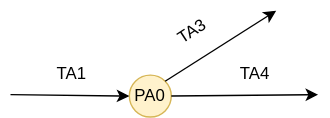
The draw.io diagram content/developers/internals/data-model/svg_schemas/point_switch.en.svg in OpenRailAssociation/osrd-website, before a commit. Source tidied: cells renumbered, new cells last; positions are measured from the earlier drawing's top-left corner, leaving out a move shared by most shapes. Its diagram source:
```xml
<mxGraphModel>
  <root>
    <mxCell id="0" />
    <mxCell id="1" parent="0" />
    <mxCell id="2" value="PA0" style="ellipse;whiteSpace=wrap;html=1;fillColor=#fff2cc;strokeColor=#d6b656;" parent="1" vertex="1">
      <mxGeometry x="85" y="46" width="30" height="30" as="geometry" />
    </mxCell>
    <mxCell id="3" style="endArrow=classic;html=1;rounded=0;entryX=0;entryY=0.5;entryDx=0;entryDy=0;" parent="1" edge="1" target="2">
      <mxGeometry relative="1" as="geometry">
        <mxPoint y="60" as="sourcePoint" />
      </mxGeometry>
    </mxCell>
    <mxCell id="4" style="endArrow=classic;html=1;rounded=0;exitX=1;exitY=0.5;exitDx=0;exitDy=0;" parent="1" edge="1" source="2">
      <mxGeometry relative="1" as="geometry">
        <mxPoint x="220" y="60" as="targetPoint" />
      </mxGeometry>
    </mxCell>
    <mxCell id="5" style="endArrow=classic;html=1;rounded=0;exitX=1;exitY=0;exitDx=0;exitDy=0;" parent="1" edge="1" source="2">
      <mxGeometry relative="1" as="geometry">
        <mxPoint x="190" as="targetPoint" />
      </mxGeometry>
    </mxCell>
    <mxCell id="6" value="TA1" style="text;html=1;strokeColor=none;fillColor=none;align=center;verticalAlign=middle;whiteSpace=wrap;rounded=0;" parent="1" vertex="1">
      <mxGeometry x="29" y="40" width="30" height="10" as="geometry" />
    </mxCell>
    <mxCell id="7" value="TA4" style="text;html=1;strokeColor=none;fillColor=none;align=center;verticalAlign=middle;whiteSpace=wrap;rounded=0;" parent="1" vertex="1">
      <mxGeometry x="160" y="40" width="30" height="10" as="geometry" />
    </mxCell>
    <mxCell id="8" value="TA3" style="text;html=1;strokeColor=none;fillColor=none;align=center;verticalAlign=middle;whiteSpace=wrap;rounded=0;rotation=327;" parent="1" vertex="1">
      <mxGeometry x="115" y="10" width="30" height="10" as="geometry" />
    </mxCell>
  </root>
</mxGraphModel>
```
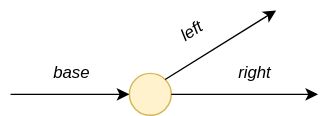
The same file after the commit.

What changed in the source:
```diff
@@ -2,8 +2,8 @@
   <root>
     <mxCell id="0" />
     <mxCell id="1" parent="0" />
-    <mxCell id="2" value="PA0" style="ellipse;whiteSpace=wrap;html=1;fillColor=#fff2cc;strokeColor=#d6b656;" parent="1" vertex="1">
-      <mxGeometry x="85" y="46" width="30" height="30" as="geometry" />
+    <mxCell id="2" style="ellipse;whiteSpace=wrap;html=1;fillColor=#fff2cc;strokeColor=#d6b656;" parent="1" vertex="1">
+      <mxGeometry x="85" y="45" width="30" height="30" as="geometry" />
     </mxCell>
     <mxCell id="3" style="endArrow=classic;html=1;rounded=0;entryX=0;entryY=0.5;entryDx=0;entryDy=0;" parent="1" edge="1" target="2">
       <mxGeometry relative="1" as="geometry">
@@ -20,13 +20,13 @@
         <mxPoint x="190" as="targetPoint" />
       </mxGeometry>
     </mxCell>
-    <mxCell id="6" value="TA1" style="text;html=1;strokeColor=none;fillColor=none;align=center;verticalAlign=middle;whiteSpace=wrap;rounded=0;" parent="1" vertex="1">
+    <mxCell id="6" value="base" style="text;html=1;strokeColor=none;fillColor=none;align=center;verticalAlign=middle;whiteSpace=wrap;rounded=0;fontStyle=2;" parent="1" vertex="1">
       <mxGeometry x="29" y="40" width="30" height="10" as="geometry" />
     </mxCell>
-    <mxCell id="7" value="TA4" style="text;html=1;strokeColor=none;fillColor=none;align=center;verticalAlign=middle;whiteSpace=wrap;rounded=0;" parent="1" vertex="1">
+    <mxCell id="7" value="right" style="text;html=1;strokeColor=none;fillColor=none;align=center;verticalAlign=middle;whiteSpace=wrap;rounded=0;fontStyle=2;" parent="1" vertex="1">
       <mxGeometry x="160" y="40" width="30" height="10" as="geometry" />
     </mxCell>
-    <mxCell id="8" value="TA3" style="text;html=1;strokeColor=none;fillColor=none;align=center;verticalAlign=middle;whiteSpace=wrap;rounded=0;rotation=327;" parent="1" vertex="1">
+    <mxCell id="8" value="left" style="text;html=1;strokeColor=none;fillColor=none;align=center;verticalAlign=middle;whiteSpace=wrap;rounded=0;rotation=327;fontStyle=2;" parent="1" vertex="1">
       <mxGeometry x="115" y="10" width="30" height="10" as="geometry" />
     </mxCell>
   </root>
```
